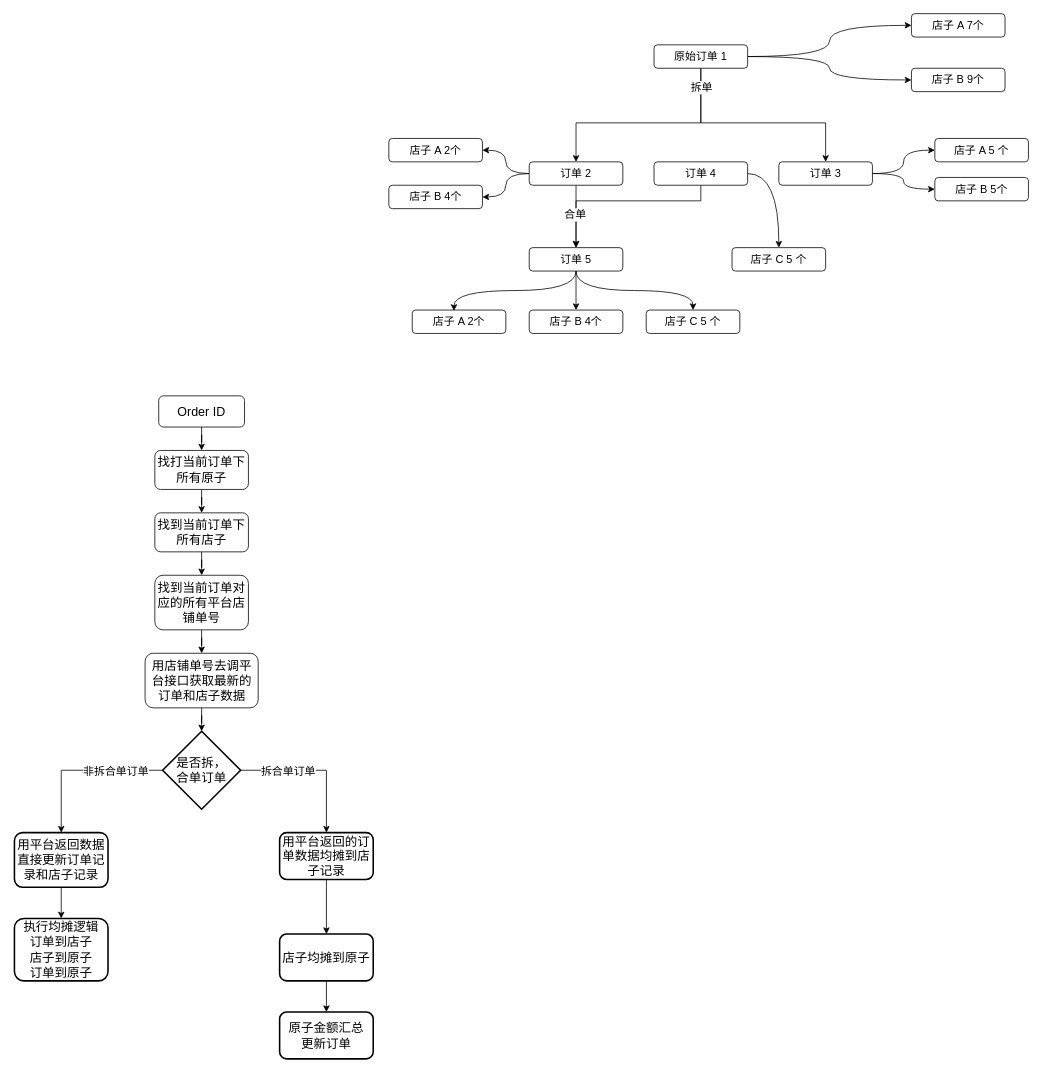
Before: longpean/均摊逻辑.drawio in GitHeP/diagrams, a draw.io diagram. Source tidied: cells renumbered, new cells numbered last; positions are measured from the earlier drawing's top-left corner, leaving out a move shared by most shapes. Both pictures are drawn from the tidied source at 78%, with x=0, y=0 at pixel (14, 13).
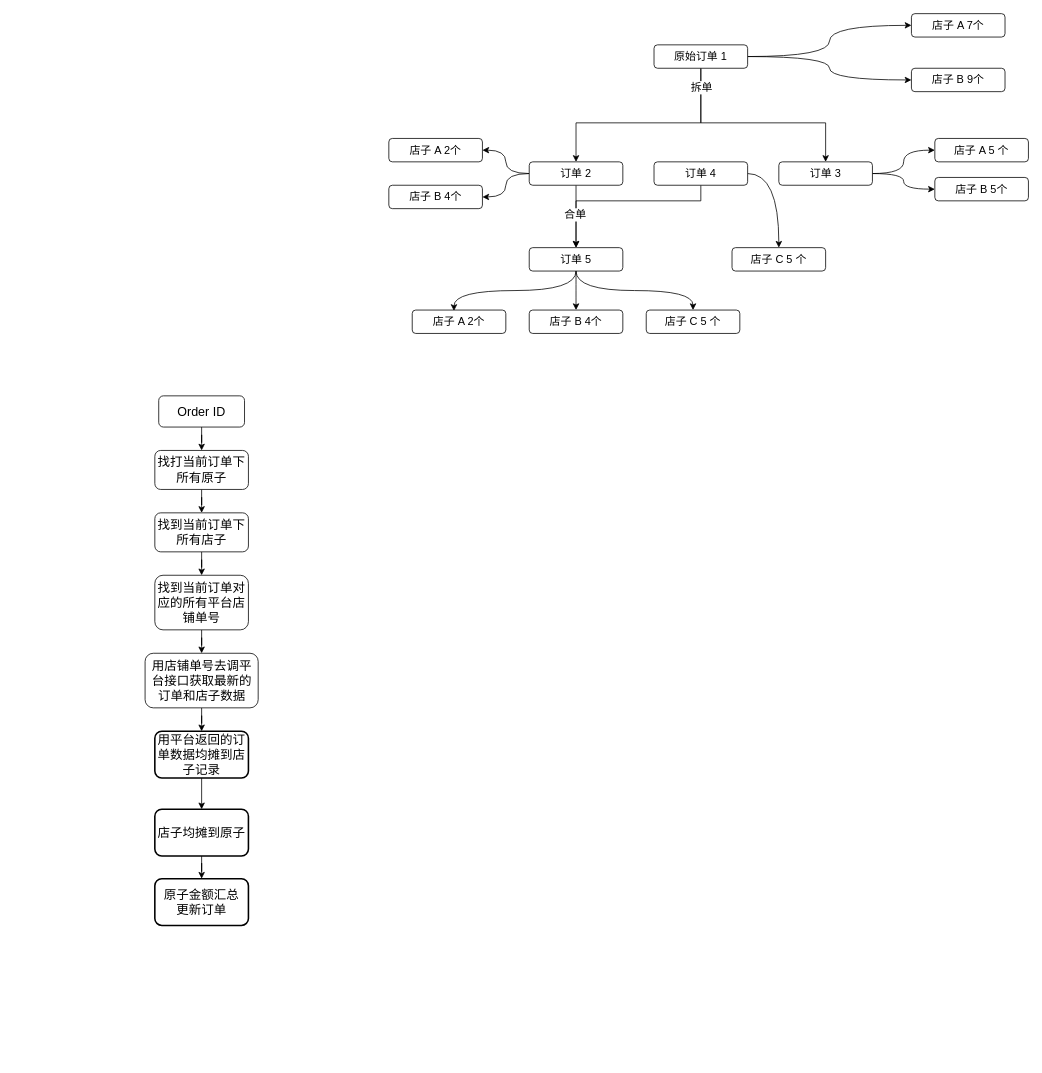
After the change.

Commit message:
更新均摊逻辑.drawio

Unchanged cells that the change refers to:
```xml
<mxCell id="42" value="&lt;font style=&quot;font-size: 16px;&quot;&gt;用店铺单号去调平台接口获取最新的订单和店子数据&lt;/font&gt;" style="rounded=1;whiteSpace=wrap;html=1;" parent="1" vertex="1">
  <mxGeometry x="167.5" y="820" width="145" height="70" as="geometry" />
</mxCell>
```

What changed in the source:
```diff
@@
-    <mxCell id="41" style="edgeStyle=orthogonalEdgeStyle;rounded=0;jettySize=auto;html=1;" parent="1" edge="1" source="42" target="46">
-      <mxGeometry relative="1" as="geometry" />
-    </mxCell>
+    <mxCell id="56" style="edgeStyle=orthogonalEdgeStyle;rounded=0;jettySize=auto;html=1;" parent="1" edge="1" source="42" target="51">
+      <mxGeometry relative="1" as="geometry" />
+    </mxCell>
@@
-    <mxCell id="43" style="edgeStyle=orthogonalEdgeStyle;rounded=0;jettySize=auto;html=1;" parent="1" edge="1" source="46" target="48">
-      <mxGeometry relative="1" as="geometry" />
-    </mxCell>
-    <mxCell id="44" value="&lt;font style=&quot;font-size: 14px;&quot;&gt;非拆合单订单&lt;/font&gt;" style="edgeLabel;html=1;align=center;verticalAlign=middle;" parent="43" vertex="1">
-      <mxGeometry x="-0.28" y="-1" relative="1" as="geometry">
-        <mxPoint x="15" y="1" as="offset" />
-      </mxGeometry>
-    </mxCell>
-    <mxCell id="45" style="edgeStyle=orthogonalEdgeStyle;rounded=0;jettySize=auto;html=1;" parent="1" edge="1" source="46" target="51">
-      <mxGeometry relative="1" as="geometry" />
-    </mxCell>
-    <mxCell id="46" value="&lt;font style=&quot;font-size: 16px;&quot;&gt;是否拆，&lt;br&gt;合单订单&lt;/font&gt;" style="strokeWidth=2;html=1;shape=mxgraph.flowchart.decision;whiteSpace=wrap;fillStyle=auto;" parent="1" vertex="1">
-      <mxGeometry x="190" y="920" width="100" height="100" as="geometry" />
-    </mxCell>
-    <mxCell id="47" style="edgeStyle=orthogonalEdgeStyle;rounded=0;jettySize=auto;html=1;" parent="1" edge="1" source="48" target="49">
-      <mxGeometry relative="1" as="geometry" />
-    </mxCell>
-    <mxCell id="48" value="&lt;font style=&quot;font-size: 16px;&quot;&gt;用平台返回数据直接更新订单记录和店子记录&lt;/font&gt;" style="rounded=1;whiteSpace=wrap;html=1;strokeWidth=2;fillStyle=auto;" parent="1" vertex="1">
-      <mxGeometry y="1050" width="120" height="70" as="geometry" />
-    </mxCell>
-    <mxCell id="49" value="&lt;font style=&quot;font-size: 16px;&quot;&gt;执行均摊逻辑&lt;br&gt;订单到店子&lt;br&gt;店子到原子&lt;br&gt;订单到原子&lt;br&gt;&lt;/font&gt;" style="rounded=1;whiteSpace=wrap;html=1;strokeWidth=2;fillStyle=auto;" parent="1" vertex="1">
-      <mxGeometry y="1160" width="120" height="80" as="geometry" />
-    </mxCell>
@@
     <mxCell id="51" value="&lt;span style=&quot;font-size: 16px;&quot;&gt;用平台返回的订单数据均摊到店子记录&lt;/span&gt;" style="rounded=1;whiteSpace=wrap;html=1;strokeWidth=2;fillStyle=auto;" parent="1" vertex="1">
-      <mxGeometry x="340" y="1050" width="120" height="60" as="geometry" />
+      <mxGeometry x="180" y="920" width="120" height="60" as="geometry" />
     </mxCell>
-    <mxCell id="52" value="&lt;font style=&quot;font-size: 14px;&quot;&gt;拆合单订单&lt;/font&gt;" style="edgeLabel;html=1;align=center;verticalAlign=middle;" parent="1" vertex="1">
-      <mxGeometry x="350" y="970" as="geometry" />
-    </mxCell>
@@
     <mxCell id="54" value="&lt;span style=&quot;font-size: 16px;&quot;&gt;店子均摊到原子&lt;/span&gt;" style="rounded=1;whiteSpace=wrap;html=1;strokeWidth=2;fillStyle=auto;" parent="1" vertex="1">
-      <mxGeometry x="340" y="1180" width="120" height="60" as="geometry" />
+      <mxGeometry x="180" y="1020" width="120" height="60" as="geometry" />
     </mxCell>
     <mxCell id="55" value="&lt;span style=&quot;font-size: 16px;&quot;&gt;原子金额汇总&lt;br&gt;更新订单&lt;/span&gt;" style="rounded=1;whiteSpace=wrap;html=1;strokeWidth=2;fillStyle=auto;" parent="1" vertex="1">
-      <mxGeometry x="340" y="1280" width="120" height="60" as="geometry" />
+      <mxGeometry x="180" y="1109" width="120" height="60" as="geometry" />
     </mxCell>
```
